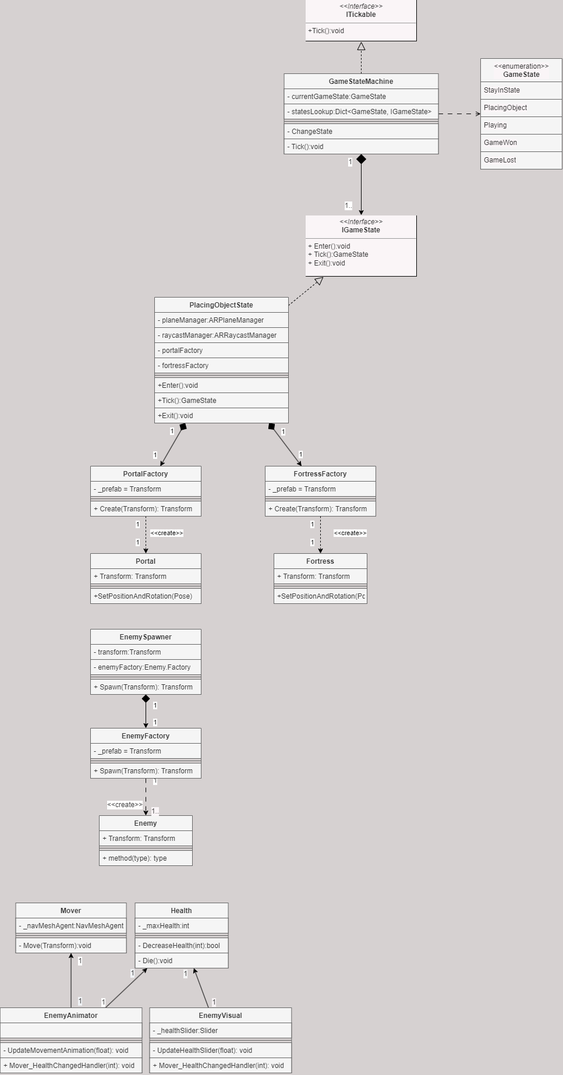
canafarci/Portal-Defenders-AR keeps this draw.io diagram as Documents/Classes.drawio.png. Above is the earlier version. Source tidied: cells renumbered, new cells last; positions are measured from the earlier drawing's top-left corner, leaving out a move shared by most shapes.
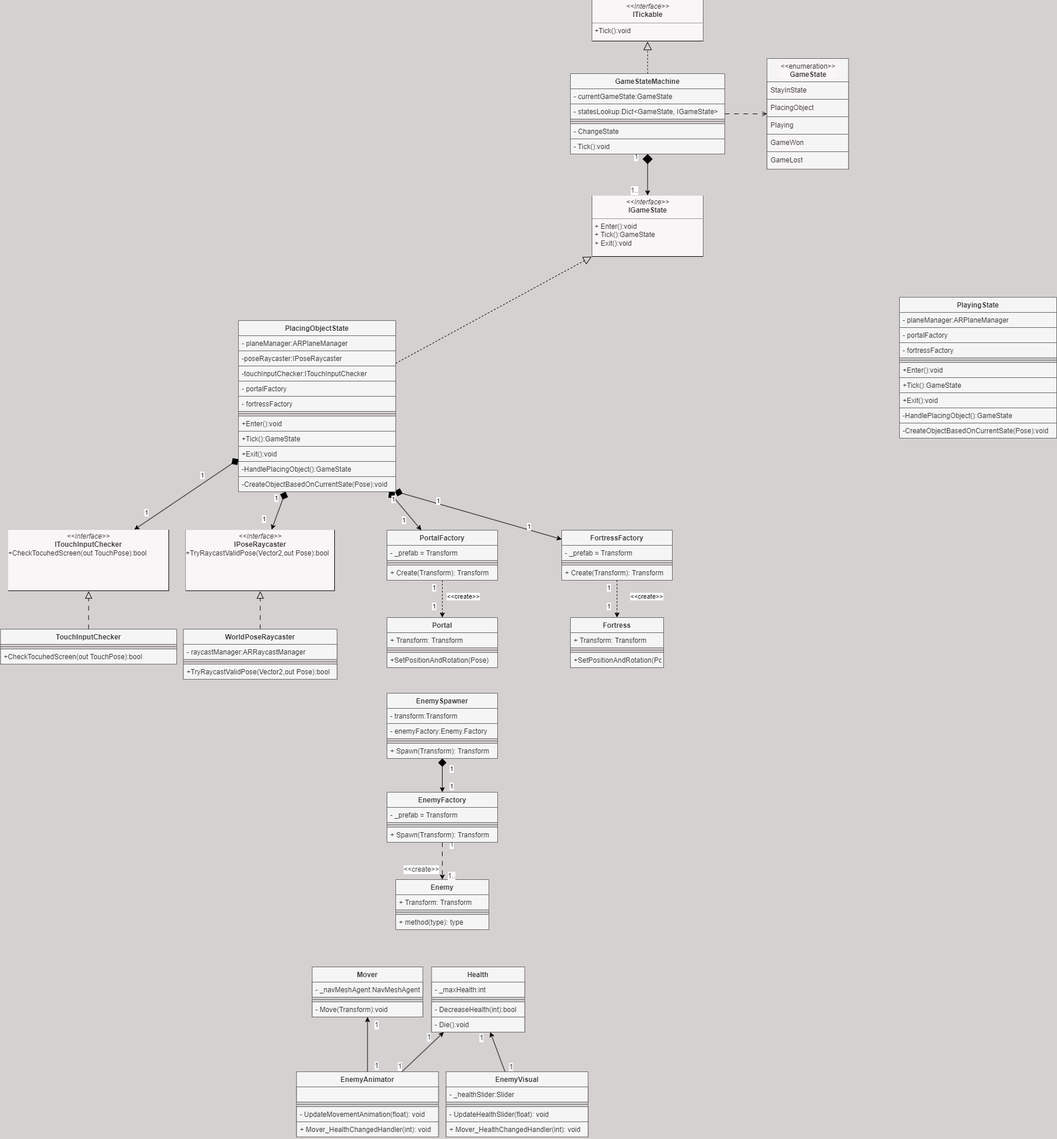
The same diagram one commit later.

What changed in the source:
```diff
@@ -160,7 +160,7 @@
       <mxGeometry relative="1" as="geometry" />
     </mxCell>
     <mxCell id="47" value="GameStateMachine" style="swimlane;fontStyle=1;align=center;verticalAlign=top;horizontal=1;startSize=26;fillStyle=solid;fillColor=#f5f5f5;fontColor=#333333;strokeColor=#666666;" parent="1" vertex="1">
-      <mxGeometry x="487.5" y="126" width="265" height="138" as="geometry" />
+      <mxGeometry x="470" y="16" width="265" height="138" as="geometry" />
     </mxCell>
     <mxCell id="48" value="- currentGameState:GameState" style="text;strokeColor=#666666;fillColor=#f5f5f5;align=left;verticalAlign=top;spacingLeft=4;spacingRight=4;overflow=hidden;fillStyle=solid;fontColor=#333333;" parent="47" vertex="1">
       <mxGeometry y="26" width="265" height="26" as="geometry" />
@@ -178,7 +178,7 @@
       <mxGeometry y="112" width="265" height="26" as="geometry" />
     </mxCell>
     <mxCell id="53" value="&amp;lt;&amp;lt;enumeration&amp;gt;&amp;gt;&lt;br&gt;&lt;b&gt;GameState&lt;/b&gt;" style="swimlane;fontStyle=0;align=center;verticalAlign=top;horizontal=1;startSize=40;html=1;labelBackgroundColor=#FAF5F7;fontFamily=Helvetica;fontSize=12;fontColor=#333333;fillColor=#f5f5f5;strokeColor=#666666;" parent="1" vertex="1">
-      <mxGeometry x="825" y="100" width="140" height="190" as="geometry" />
+      <mxGeometry x="807.5" y="-10" width="140" height="190" as="geometry" />
     </mxCell>
     <mxCell id="54" value="StayInState" style="text;html=1;strokeColor=#666666;fillColor=#f5f5f5;align=left;verticalAlign=middle;spacingLeft=4;spacingRight=4;overflow=hidden;labelBackgroundColor=#FAF5F7;fontFamily=Helvetica;fontSize=12;fontColor=#333333;" parent="53" vertex="1">
       <mxGeometry y="40" width="140" height="30" as="geometry" />
@@ -196,7 +196,7 @@
       <mxGeometry y="160" width="140" height="30" as="geometry" />
     </mxCell>
     <mxCell id="59" value="&lt;p style=&quot;margin:0px;margin-top:4px;text-align:center;&quot;&gt;&lt;i&gt;&amp;lt;&amp;lt;Interface&amp;gt;&amp;gt;&lt;/i&gt;&lt;br&gt;&lt;b&gt;IGameState&lt;/b&gt;&lt;/p&gt;&lt;hr size=&quot;1&quot;&gt;&lt;p style=&quot;margin:0px;margin-left:4px;&quot;&gt;+ Enter():void&lt;br&gt;+ Tick():GameState&lt;/p&gt;&lt;p style=&quot;margin:0px;margin-left:4px;&quot;&gt;+ Exit():void&lt;/p&gt;" style="verticalAlign=top;align=left;overflow=fill;fontSize=12;fontFamily=Helvetica;html=1;labelBackgroundColor=#FAF5F7;fontColor=#333333;fillColor=none;gradientColor=none;perimeterSpacing=1;strokeColor=#030303;" parent="1" vertex="1">
-      <mxGeometry x="525" y="370" width="190" height="104" as="geometry" />
+      <mxGeometry x="507.5" y="226" width="190" height="104" as="geometry" />
     </mxCell>
     <mxCell id="60" style="edgeStyle=none;html=1;labelBackgroundColor=#F5F5F5;strokeColor=#030303;fontFamily=Helvetica;fontSize=12;fontColor=#333333;startArrow=none;startFill=0;endArrow=block;endFill=0;startSize=25;endSize=12;dashed=1;" parent="1" edge="1" source="67" target="59">
       <mxGeometry relative="1" as="geometry" />
@@ -214,7 +214,7 @@
         <mxPoint x="-19" y="-4" as="offset" />
       </mxGeometry>
     </mxCell>
-    <mxCell id="64" style="edgeStyle=none;html=1;startArrow=diamond;startFill=1;startSize=12;" parent="1" edge="1" source="67" target="101">
+    <mxCell id="64" style="edgeStyle=none;html=1;startArrow=diamond;startFill=1;startSize=12;exitX=0.993;exitY=0.962;exitDx=0;exitDy=0;exitPerimeter=0;" parent="1" edge="1" source="112" target="101">
       <mxGeometry relative="1" as="geometry" />
     </mxCell>
     <mxCell id="65" value="1" style="edgeLabel;html=1;align=center;verticalAlign=middle;" parent="64" vertex="1">
@@ -228,34 +228,43 @@
       </mxGeometry>
     </mxCell>
     <mxCell id="67" value="PlacingObjectState" style="swimlane;fontStyle=1;align=center;verticalAlign=top;horizontal=1;startSize=26;fillStyle=solid;fillColor=#f5f5f5;fontColor=#333333;strokeColor=#666666;" parent="1" vertex="1">
-      <mxGeometry x="265" y="510" width="230" height="216" as="geometry" />
+      <mxGeometry x="-100" y="440" width="270" height="294" as="geometry" />
     </mxCell>
     <mxCell id="68" value="- planeManager:ARPlaneManager" style="text;strokeColor=#666666;fillColor=#f5f5f5;align=left;verticalAlign=top;spacingLeft=4;spacingRight=4;overflow=hidden;fillStyle=solid;fontColor=#333333;" parent="67" vertex="1">
-      <mxGeometry y="26" width="230" height="26" as="geometry" />
+      <mxGeometry y="26" width="270" height="26" as="geometry" />
     </mxCell>
-    <mxCell id="69" value="- raycastManager:ARRaycastManager" style="text;strokeColor=#666666;fillColor=#f5f5f5;align=left;verticalAlign=top;spacingLeft=4;spacingRight=4;overflow=hidden;fillStyle=solid;fontColor=#333333;" parent="67" vertex="1">
-      <mxGeometry y="52" width="230" height="26" as="geometry" />
-    </mxCell>
+    <mxCell id="109" value="-poseRaycaster:IPoseRaycaster" style="text;strokeColor=#666666;fillColor=#f5f5f5;align=left;verticalAlign=top;spacingLeft=4;spacingRight=4;overflow=hidden;fillStyle=solid;fontColor=#333333;" parent="67" vertex="1">
+      <mxGeometry y="52" width="270" height="26" as="geometry" />
+    </mxCell>
+    <mxCell id="110" value="-touchInputChecker:ITouchInputChecker" style="text;strokeColor=#666666;fillColor=#f5f5f5;align=left;verticalAlign=top;spacingLeft=4;spacingRight=4;overflow=hidden;fillStyle=solid;fontColor=#333333;" parent="67" vertex="1">
+      <mxGeometry y="78" width="270" height="26" as="geometry" />
+    </mxCell>
     <mxCell id="70" value="- portalFactory" style="text;strokeColor=#666666;fillColor=#f5f5f5;align=left;verticalAlign=top;spacingLeft=4;spacingRight=4;overflow=hidden;fillStyle=solid;fontColor=#333333;" parent="67" vertex="1">
-      <mxGeometry y="78" width="230" height="26" as="geometry" />
+      <mxGeometry y="104" width="270" height="26" as="geometry" />
     </mxCell>
     <mxCell id="71" value="- fortressFactory" style="text;strokeColor=#666666;fillColor=#f5f5f5;align=left;verticalAlign=top;spacingLeft=4;spacingRight=4;overflow=hidden;fillStyle=solid;fontColor=#333333;" parent="67" vertex="1">
-      <mxGeometry y="104" width="230" height="26" as="geometry" />
+      <mxGeometry y="130" width="270" height="26" as="geometry" />
     </mxCell>
     <mxCell id="72" style="line;strokeWidth=1;fillColor=#f5f5f5;align=left;verticalAlign=middle;spacingTop=-1;spacingLeft=3;spacingRight=3;labelPosition=right;strokeColor=#666666;fillStyle=solid;fontColor=#333333;gradientColor=none;" parent="67" vertex="1">
-      <mxGeometry y="130" width="230" height="8" as="geometry" />
+      <mxGeometry y="156" width="270" height="8" as="geometry" />
     </mxCell>
     <mxCell id="73" value="+Enter():void" style="text;strokeColor=#666666;fillColor=#f5f5f5;align=left;verticalAlign=top;spacingLeft=4;spacingRight=4;overflow=hidden;fillStyle=solid;fontColor=#333333;" parent="67" vertex="1">
-      <mxGeometry y="138" width="230" height="26" as="geometry" />
+      <mxGeometry y="164" width="270" height="26" as="geometry" />
     </mxCell>
     <mxCell id="74" value="+Tick():GameState" style="text;strokeColor=#666666;fillColor=#f5f5f5;align=left;verticalAlign=top;spacingLeft=4;spacingRight=4;overflow=hidden;fillStyle=solid;fontColor=#333333;" parent="67" vertex="1">
-      <mxGeometry y="164" width="230" height="26" as="geometry" />
+      <mxGeometry y="190" width="270" height="26" as="geometry" />
     </mxCell>
     <mxCell id="75" value="+Exit():void" style="text;strokeColor=#666666;fillColor=#f5f5f5;align=left;verticalAlign=top;spacingLeft=4;spacingRight=4;overflow=hidden;fillStyle=solid;fontColor=#333333;" parent="67" vertex="1">
-      <mxGeometry y="190" width="230" height="26" as="geometry" />
+      <mxGeometry y="216" width="270" height="26" as="geometry" />
     </mxCell>
+    <mxCell id="111" value="-HandlePlacingObject():GameState" style="text;strokeColor=#666666;fillColor=#f5f5f5;align=left;verticalAlign=top;spacingLeft=4;spacingRight=4;overflow=hidden;fillStyle=solid;fontColor=#333333;" parent="67" vertex="1">
+      <mxGeometry y="242" width="270" height="26" as="geometry" />
+    </mxCell>
+    <mxCell id="112" value="-CreateObjectBasedOnCurrentSate(Pose):void" style="text;strokeColor=#666666;fillColor=#f5f5f5;align=left;verticalAlign=top;spacingLeft=4;spacingRight=4;overflow=hidden;points=[[0,0.5],[1,0.5]];portConstraint=eastwest;fillStyle=solid;fontColor=#333333;" parent="67" vertex="1">
+      <mxGeometry y="268" width="270" height="26" as="geometry" />
+    </mxCell>
     <mxCell id="76" value="&lt;p style=&quot;margin:0px;margin-top:4px;text-align:center;&quot;&gt;&lt;i&gt;&amp;lt;&amp;lt;Interface&amp;gt;&amp;gt;&lt;/i&gt;&lt;br&gt;&lt;b&gt;ITickable&lt;/b&gt;&lt;/p&gt;&lt;hr size=&quot;1&quot;&gt;&lt;p style=&quot;margin:0px;margin-left:4px;&quot;&gt;+Tick():void&lt;/p&gt;" style="verticalAlign=top;align=left;overflow=fill;fontSize=12;fontFamily=Helvetica;html=1;labelBackgroundColor=#FAF5F7;fontColor=#333333;fillColor=none;gradientColor=none;perimeterSpacing=1;strokeColor=#030303;" parent="1" vertex="1">
-      <mxGeometry x="525" width="190" height="70" as="geometry" />
+      <mxGeometry x="507.5" y="-110" width="190" height="70" as="geometry" />
     </mxCell>
     <mxCell id="77" value="Portal" style="swimlane;fontStyle=1;align=center;verticalAlign=top;horizontal=1;startSize=26;fillStyle=solid;fillColor=#f5f5f5;fontColor=#333333;strokeColor=#666666;" parent="1" vertex="1">
       <mxGeometry x="155" y="950" width="190" height="86" as="geometry" />
@@ -369,5 +378,94 @@
         <mxPoint x="50" as="offset" />
       </mxGeometry>
     </mxCell>
+    <mxCell id="113" value="&lt;p style=&quot;margin:0px;margin-top:4px;text-align:center;&quot;&gt;&lt;i&gt;&amp;lt;&amp;lt;Interface&amp;gt;&amp;gt;&lt;/i&gt;&lt;br&gt;&lt;b&gt;IPoseRaycaster&lt;/b&gt;&lt;/p&gt;+TryRaycastValidPose(Vector2,out Pose):bool" style="verticalAlign=top;align=left;overflow=fill;fontSize=12;fontFamily=Helvetica;html=1;labelBackgroundColor=#FAF5F7;fontColor=#333333;fillColor=none;gradientColor=none;perimeterSpacing=1;strokeColor=#030303;" parent="1" vertex="1">
+      <mxGeometry x="-190.3" y="800" width="255.3" height="104" as="geometry" />
+    </mxCell>
+    <mxCell id="114" style="edgeStyle=none;html=1;dashed=1;dashPattern=8 8;endArrow=block;endFill=0;endSize=10;" parent="1" edge="1" source="115" target="113">
+      <mxGeometry relative="1" as="geometry" />
+    </mxCell>
+    <mxCell id="115" value="WorldPoseRaycaster" style="swimlane;fontStyle=1;align=center;verticalAlign=top;horizontal=1;startSize=26;fillStyle=solid;fillColor=#f5f5f5;fontColor=#333333;strokeColor=#666666;" parent="1" vertex="1">
+      <mxGeometry x="-194.7" y="970" width="264" height="86" as="geometry" />
+    </mxCell>
+    <mxCell id="69" value="- raycastManager:ARRaycastManager" style="text;strokeColor=#666666;fillColor=#f5f5f5;align=left;verticalAlign=top;spacingLeft=4;spacingRight=4;overflow=hidden;fillStyle=solid;fontColor=#333333;" parent="115" vertex="1">
+      <mxGeometry y="26" width="264" height="26" as="geometry" />
+    </mxCell>
+    <mxCell id="116" style="line;strokeWidth=1;fillColor=#f5f5f5;align=left;verticalAlign=middle;spacingTop=-1;spacingLeft=3;spacingRight=3;labelPosition=right;strokeColor=#666666;fillStyle=solid;fontColor=#333333;gradientColor=none;" parent="115" vertex="1">
+      <mxGeometry y="52" width="264" height="8" as="geometry" />
+    </mxCell>
+    <mxCell id="117" value="+TryRaycastValidPose(Vector2,out Pose):bool" style="text;strokeColor=#666666;fillColor=#f5f5f5;align=left;verticalAlign=top;spacingLeft=4;spacingRight=4;overflow=hidden;fillStyle=solid;fontColor=#333333;" parent="115" vertex="1">
+      <mxGeometry y="60" width="264" height="26" as="geometry" />
+    </mxCell>
+    <mxCell id="118" value="&lt;p style=&quot;margin:0px;margin-top:4px;text-align:center;&quot;&gt;&lt;i&gt;&amp;lt;&amp;lt;Interface&amp;gt;&amp;gt;&lt;/i&gt;&lt;br&gt;&lt;b&gt;ITouchInputChecker&lt;/b&gt;&lt;/p&gt;+CheckTocuhedScreen(out TouchPose):bool" style="verticalAlign=top;align=left;overflow=fill;fontSize=12;fontFamily=Helvetica;html=1;labelBackgroundColor=#FAF5F7;fontColor=#333333;fillColor=none;gradientColor=none;perimeterSpacing=1;strokeColor=#030303;" parent="1" vertex="1">
+      <mxGeometry x="-495" y="800" width="275.3" height="104" as="geometry" />
+    </mxCell>
+    <mxCell id="119" style="edgeStyle=none;html=1;dashed=1;dashPattern=8 8;endArrow=block;endFill=0;endSize=10;" parent="1" edge="1" source="120" target="118">
+      <mxGeometry relative="1" as="geometry" />
+    </mxCell>
+    <mxCell id="120" value="TouchInputChecker" style="swimlane;fontStyle=1;align=center;verticalAlign=top;horizontal=1;startSize=26;fillStyle=solid;fillColor=#f5f5f5;fontColor=#333333;strokeColor=#666666;" parent="1" vertex="1">
+      <mxGeometry x="-508.7" y="970" width="302.6" height="60" as="geometry" />
+    </mxCell>
+    <mxCell id="121" style="line;strokeWidth=1;fillColor=#f5f5f5;align=left;verticalAlign=middle;spacingTop=-1;spacingLeft=3;spacingRight=3;labelPosition=right;strokeColor=#666666;fillStyle=solid;fontColor=#333333;gradientColor=none;" parent="120" vertex="1">
+      <mxGeometry y="26" width="302.6" height="8" as="geometry" />
+    </mxCell>
+    <mxCell id="122" value="+CheckTocuhedScreen(out TouchPose):bool" style="text;strokeColor=#666666;fillColor=#f5f5f5;align=left;verticalAlign=top;spacingLeft=4;spacingRight=4;overflow=hidden;fillStyle=solid;fontColor=#333333;" parent="120" vertex="1">
+      <mxGeometry y="34" width="302.6" height="26" as="geometry" />
+    </mxCell>
+    <mxCell id="123" style="edgeStyle=none;html=1;startArrow=diamond;startFill=1;startSize=12;" parent="1" edge="1" source="67" target="113">
+      <mxGeometry relative="1" as="geometry" />
+    </mxCell>
+    <mxCell id="124" value="1" style="edgeLabel;html=1;align=center;verticalAlign=middle;" parent="123" vertex="1">
+      <mxGeometry x="-0.4" y="-1" relative="1" as="geometry">
+        <mxPoint x="-9" y="-8" as="offset" />
+      </mxGeometry>
+    </mxCell>
+    <mxCell id="125" value="1" style="edgeLabel;html=1;align=center;verticalAlign=middle;" parent="123" vertex="1">
+      <mxGeometry x="0.56" relative="1" as="geometry">
+        <mxPoint x="-19" y="-4" as="offset" />
+      </mxGeometry>
+    </mxCell>
+    <mxCell id="126" style="edgeStyle=none;html=1;startArrow=diamond;startFill=1;startSize=12;" parent="1" edge="1" source="67" target="118">
+      <mxGeometry relative="1" as="geometry" />
+    </mxCell>
+    <mxCell id="127" value="1" style="edgeLabel;html=1;align=center;verticalAlign=middle;" parent="126" vertex="1">
+      <mxGeometry x="-0.4" y="-1" relative="1" as="geometry">
+        <mxPoint x="-9" y="-8" as="offset" />
+      </mxGeometry>
+    </mxCell>
+    <mxCell id="128" value="1" style="edgeLabel;html=1;align=center;verticalAlign=middle;" parent="126" vertex="1">
+      <mxGeometry x="0.56" relative="1" as="geometry">
+        <mxPoint x="-19" y="-4" as="offset" />
+      </mxGeometry>
+    </mxCell>
+    <mxCell id="129" value="PlayingState" style="swimlane;fontStyle=1;align=center;verticalAlign=top;horizontal=1;startSize=26;fillStyle=solid;fillColor=#f5f5f5;fontColor=#333333;strokeColor=#666666;" parent="1" vertex="1">
+      <mxGeometry x="1035" y="400" width="270" height="242" as="geometry" />
+    </mxCell>
+    <mxCell id="130" value="- planeManager:ARPlaneManager" style="text;strokeColor=#666666;fillColor=#f5f5f5;align=left;verticalAlign=top;spacingLeft=4;spacingRight=4;overflow=hidden;fillStyle=solid;fontColor=#333333;" parent="129" vertex="1">
+      <mxGeometry y="26" width="270" height="26" as="geometry" />
+    </mxCell>
+    <mxCell id="131" value="- portalFactory" style="text;strokeColor=#666666;fillColor=#f5f5f5;align=left;verticalAlign=top;spacingLeft=4;spacingRight=4;overflow=hidden;fillStyle=solid;fontColor=#333333;" parent="129" vertex="1">
+      <mxGeometry y="52" width="270" height="26" as="geometry" />
+    </mxCell>
+    <mxCell id="132" value="- fortressFactory" style="text;strokeColor=#666666;fillColor=#f5f5f5;align=left;verticalAlign=top;spacingLeft=4;spacingRight=4;overflow=hidden;fillStyle=solid;fontColor=#333333;" parent="129" vertex="1">
+      <mxGeometry y="78" width="270" height="26" as="geometry" />
+    </mxCell>
+    <mxCell id="133" style="line;strokeWidth=1;fillColor=#f5f5f5;align=left;verticalAlign=middle;spacingTop=-1;spacingLeft=3;spacingRight=3;labelPosition=right;strokeColor=#666666;fillStyle=solid;fontColor=#333333;gradientColor=none;" parent="129" vertex="1">
+      <mxGeometry y="104" width="270" height="8" as="geometry" />
+    </mxCell>
+    <mxCell id="134" value="+Enter():void" style="text;strokeColor=#666666;fillColor=#f5f5f5;align=left;verticalAlign=top;spacingLeft=4;spacingRight=4;overflow=hidden;fillStyle=solid;fontColor=#333333;" parent="129" vertex="1">
+      <mxGeometry y="112" width="270" height="26" as="geometry" />
+    </mxCell>
+    <mxCell id="135" value="+Tick():GameState" style="text;strokeColor=#666666;fillColor=#f5f5f5;align=left;verticalAlign=top;spacingLeft=4;spacingRight=4;overflow=hidden;fillStyle=solid;fontColor=#333333;" parent="129" vertex="1">
+      <mxGeometry y="138" width="270" height="26" as="geometry" />
+    </mxCell>
+    <mxCell id="136" value="+Exit():void" style="text;strokeColor=#666666;fillColor=#f5f5f5;align=left;verticalAlign=top;spacingLeft=4;spacingRight=4;overflow=hidden;fillStyle=solid;fontColor=#333333;" parent="129" vertex="1">
+      <mxGeometry y="164" width="270" height="26" as="geometry" />
+    </mxCell>
+    <mxCell id="137" value="-HandlePlacingObject():GameState" style="text;strokeColor=#666666;fillColor=#f5f5f5;align=left;verticalAlign=top;spacingLeft=4;spacingRight=4;overflow=hidden;fillStyle=solid;fontColor=#333333;" parent="129" vertex="1">
+      <mxGeometry y="190" width="270" height="26" as="geometry" />
+    </mxCell>
+    <mxCell id="138" value="-CreateObjectBasedOnCurrentSate(Pose):void" style="text;strokeColor=#666666;fillColor=#f5f5f5;align=left;verticalAlign=top;spacingLeft=4;spacingRight=4;overflow=hidden;fillStyle=solid;fontColor=#333333;" parent="129" vertex="1">
+      <mxGeometry y="216" width="270" height="26" as="geometry" />
+    </mxCell>
   </root>
 </mxGraphModel>
```
